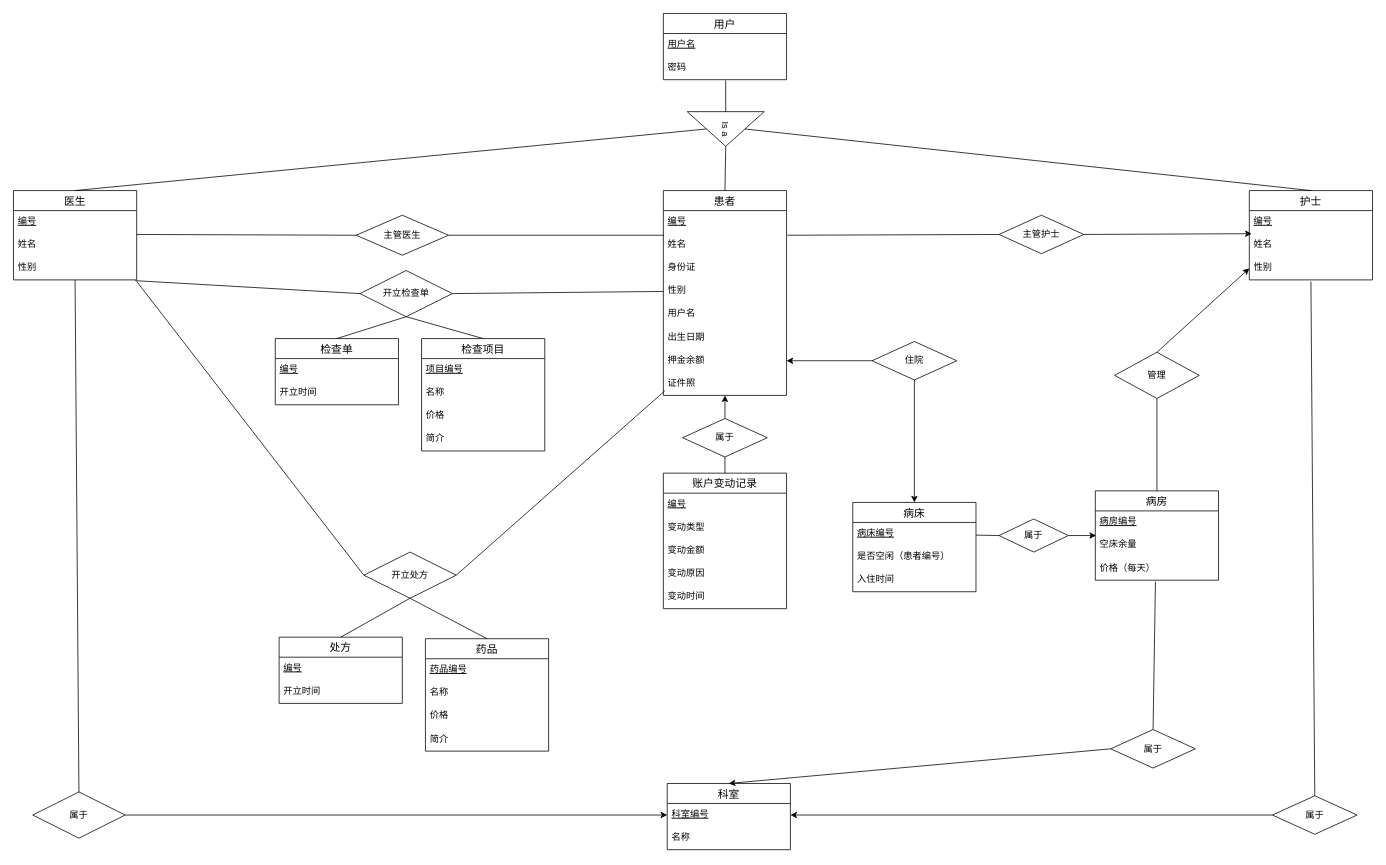
This is Untitled Diagram.drawio from Zhiwuyazhe1/hello-world, a draw.io file, before an edit. Source tidied: cells renumbered, new cells numbered last; positions are measured from the earlier drawing's top-left corner, leaving out a move shared by most shapes. Both pictures are drawn from the tidied source at 77%, with x=0, y=0 at pixel (13, 13).
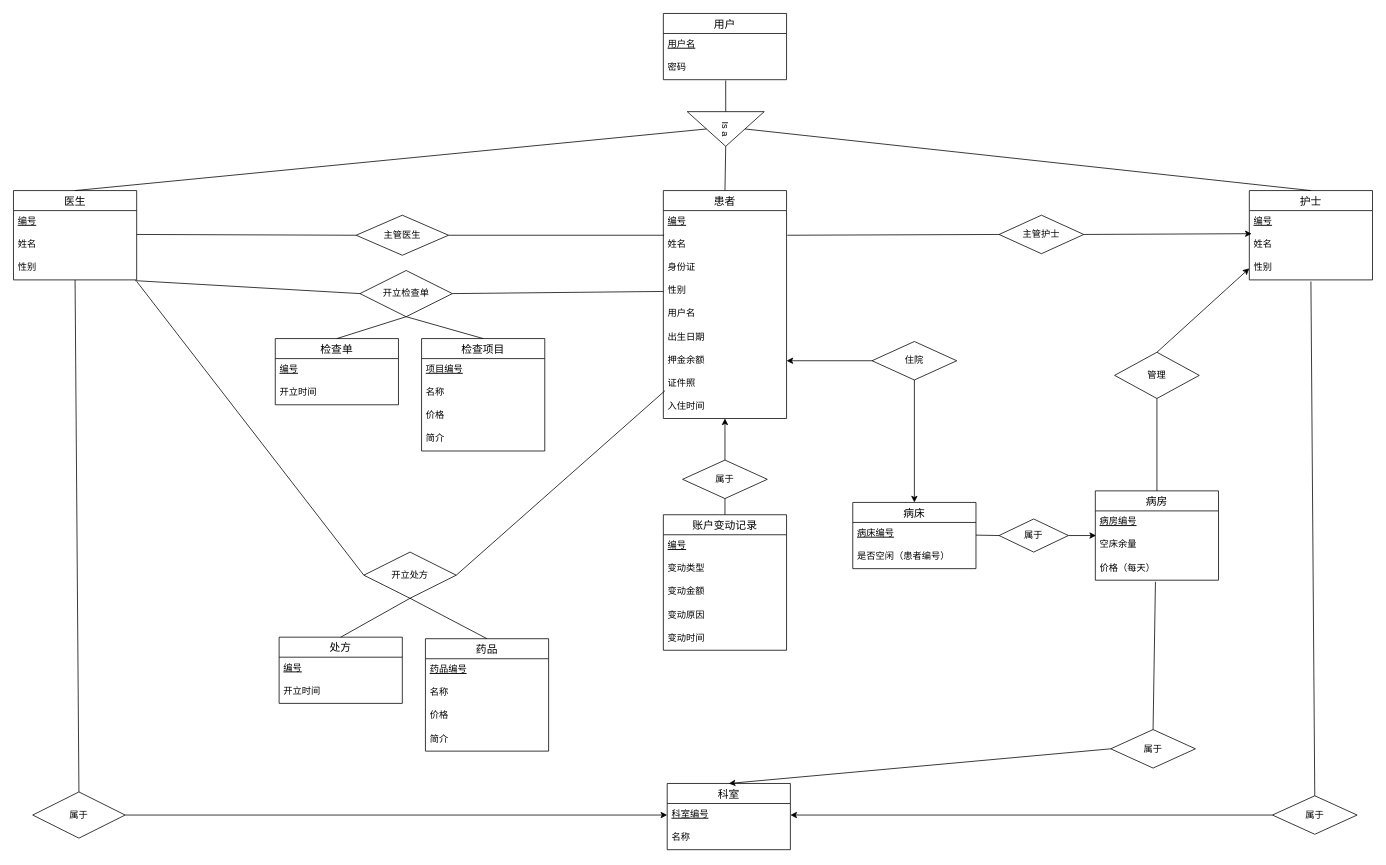
The same diagram, later.

What changed in the source:
```diff
@@
     <mxCell id="5" value="患者" style="swimlane;fontStyle=0;horizontal=1;startSize=26;align=center;fontSize=14;" parent="1" vertex="1">
-      <mxGeometry x="844" y="230" width="160" height="266" as="geometry" />
+      <mxGeometry x="844" y="230" width="160" height="296" as="geometry" />
     </mxCell>
@@
+    <mxCell id="97" value="证件照" style="text;strokeColor=none;fillColor=none;spacingLeft=4;spacingRight=4;overflow=hidden;fontSize=12;" parent="5" vertex="1">
+      <mxGeometry y="236" width="160" height="30" as="geometry" />
+    </mxCell>
-    <mxCell id="13" value="证件照" style="text;strokeColor=none;fillColor=none;spacingLeft=4;spacingRight=4;overflow=hidden;points=[[0,0.5],[1,0.5]];portConstraint=eastwest;fontSize=12;" parent="5" vertex="1">
-      <mxGeometry y="236" width="160" height="30" as="geometry" />
+    <mxCell id="13" value="入住时间" style="text;strokeColor=none;fillColor=none;spacingLeft=4;spacingRight=4;overflow=hidden;points=[[0,0.5],[1,0.5]];portConstraint=eastwest;fontSize=12;" parent="5" vertex="1">
+      <mxGeometry y="266" width="160" height="30" as="geometry" />
     </mxCell>
@@
     <mxCell id="30" value="病床" style="swimlane;fontStyle=0;horizontal=1;startSize=26;align=center;fontSize=14;" parent="1" vertex="1">
-      <mxGeometry x="1090" y="635" width="160" height="116" as="geometry" />
+      <mxGeometry x="1090" y="635" width="160" height="86" as="geometry" />
     </mxCell>
@@
-    <mxCell id="33" value="入住时间" style="text;strokeColor=none;fillColor=none;spacingLeft=4;spacingRight=4;overflow=hidden;fontSize=12;" parent="30" vertex="1">
-      <mxGeometry y="86" width="160" height="30" as="geometry" />
-    </mxCell>
@@
     <mxCell id="53" value="账户变动记录" style="swimlane;fontStyle=0;horizontal=1;startSize=26;align=center;fontSize=14;" parent="1" vertex="1">
-      <mxGeometry x="844" y="597" width="160" height="176" as="geometry" />
+      <mxGeometry x="844" y="651" width="160" height="176" as="geometry" />
     </mxCell>
@@
     <mxCell id="62" value="属于" style="shape=rhombus;perimeter=rhombusPerimeter;whiteSpace=wrap;html=1;align=center;" parent="1" vertex="1">
-      <mxGeometry x="869" y="526" width="110" height="50" as="geometry" />
+      <mxGeometry x="869" y="580" width="110" height="50" as="geometry" />
     </mxCell>
```
